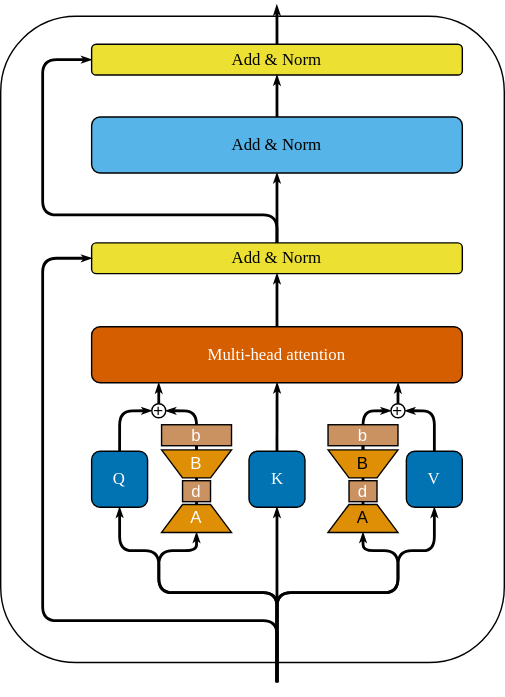
Before: assets/methods/VeRA.svg, a diagram exported from draw.io (Markel/PEFT-by-time). Source tidied: cells renumbered, new cells last; positions are measured from the earlier drawing's top-left corner, leaving out a move shared by most shapes.
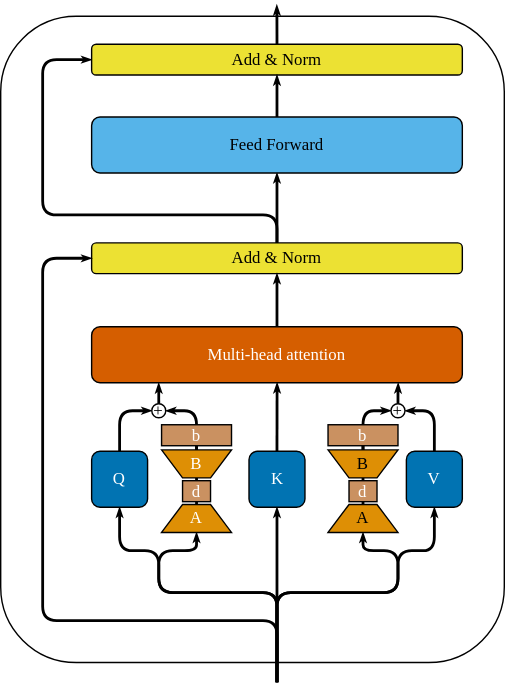
After the commit.

Diff of the diagram source:
```diff
@@ -2,13 +2,13 @@
   <root>
     <mxCell id="0" />
     <mxCell id="1" parent="0" />
-    <mxCell id="2" style="rounded=1;whiteSpace=wrap;html=1;fillColor=none;" parent="1" vertex="1">
+    <mxCell id="2" style="rounded=1;whiteSpace=wrap;html=1;fillColor=none;fontFamily=EHUSans;" parent="1" vertex="1">
       <mxGeometry y="8" width="360" height="462" as="geometry" />
     </mxCell>
-    <mxCell id="3" style="edgeStyle=orthogonalEdgeStyle;html=1;exitX=0.5;exitY=0;exitDx=0;exitDy=0;entryX=0.5;entryY=1;entryDx=0;entryDy=0;strokeWidth=2;endArrow=classicThin;endFill=1;endSize=1;rounded=1;" parent="1" edge="1" source="5" target="9">
+    <mxCell id="3" style="edgeStyle=orthogonalEdgeStyle;html=1;exitX=0.5;exitY=0;exitDx=0;exitDy=0;entryX=0.5;entryY=1;entryDx=0;entryDy=0;strokeWidth=2;endArrow=classicThin;endFill=1;endSize=1;rounded=1;fontFamily=EHUSans;" parent="1" edge="1" source="5" target="9">
       <mxGeometry relative="1" as="geometry" />
     </mxCell>
-    <mxCell id="4" style="edgeStyle=orthogonalEdgeStyle;html=1;exitX=0.5;exitY=0;exitDx=0;exitDy=0;entryX=0;entryY=0.5;entryDx=0;entryDy=0;strokeWidth=2;fontColor=#FFFFFF;endArrow=classicThin;endFill=1;endSize=1;rounded=1;" parent="1" edge="1" source="5" target="7">
+    <mxCell id="4" style="edgeStyle=orthogonalEdgeStyle;html=1;exitX=0.5;exitY=0;exitDx=0;exitDy=0;entryX=0;entryY=0.5;entryDx=0;entryDy=0;strokeWidth=2;fontColor=#FFFFFF;endArrow=classicThin;endFill=1;endSize=1;rounded=1;fontFamily=EHUSans;" parent="1" edge="1" source="5" target="7">
       <mxGeometry relative="1" as="geometry">
         <Array as="points">
           <mxPoint x="198" y="150" />
@@ -20,7 +20,7 @@
     <mxCell id="5" value="Add &amp;amp; Norm" style="rounded=1;whiteSpace=wrap;html=1;fillColor=#ece133;fontFamily=EHUSans;fontStyle=0;" parent="1" vertex="1">
       <mxGeometry x="65" y="170" width="265" height="22" as="geometry" />
     </mxCell>
-    <mxCell id="6" style="edgeStyle=orthogonalEdgeStyle;html=1;exitX=0.5;exitY=0;exitDx=0;exitDy=0;strokeWidth=2;fontColor=#FFFFFF;endArrow=classicThin;endFill=1;endSize=1;rounded=1;" parent="1" edge="1" source="7">
+    <mxCell id="6" style="edgeStyle=orthogonalEdgeStyle;html=1;exitX=0.5;exitY=0;exitDx=0;exitDy=0;strokeWidth=2;fontColor=#FFFFFF;endArrow=classicThin;endFill=1;endSize=1;rounded=1;fontFamily=EHUSans;" parent="1" edge="1" source="7">
       <mxGeometry relative="1" as="geometry">
         <mxPoint x="197.4" as="targetPoint" />
       </mxGeometry>
@@ -28,13 +28,13 @@
     <mxCell id="7" value="Add &amp;amp; Norm" style="rounded=1;whiteSpace=wrap;html=1;fillColor=#ece133;fontFamily=EHUSans;fontStyle=0;" parent="1" vertex="1">
       <mxGeometry x="65" y="28" width="265" height="22" as="geometry" />
     </mxCell>
-    <mxCell id="8" style="edgeStyle=orthogonalEdgeStyle;html=1;exitX=0.5;exitY=0;exitDx=0;exitDy=0;entryX=0.5;entryY=1;entryDx=0;entryDy=0;strokeWidth=2;endArrow=classicThin;endFill=1;endSize=1;rounded=1;" parent="1" edge="1" source="9" target="7">
+    <mxCell id="8" style="edgeStyle=orthogonalEdgeStyle;html=1;exitX=0.5;exitY=0;exitDx=0;exitDy=0;entryX=0.5;entryY=1;entryDx=0;entryDy=0;strokeWidth=2;endArrow=classicThin;endFill=1;endSize=1;rounded=1;fontFamily=EHUSans;" parent="1" edge="1" source="9" target="7">
       <mxGeometry relative="1" as="geometry" />
     </mxCell>
-    <mxCell id="9" value="Add &amp;amp; Norm" style="rounded=1;whiteSpace=wrap;html=1;fillColor=#56b4e9;fontFamily=EHUSans;fontStyle=0;" parent="1" vertex="1">
+    <mxCell id="9" value="Feed Forward" style="rounded=1;whiteSpace=wrap;html=1;fillColor=#56b4e9;fontFamily=EHUSans;fontStyle=0;" parent="1" vertex="1">
       <mxGeometry x="65" y="80" width="265" height="40" as="geometry" />
     </mxCell>
-    <mxCell id="10" style="html=1;exitX=0.5;exitY=0;exitDx=0;exitDy=0;entryX=0.5;entryY=1;entryDx=0;entryDy=0;strokeWidth=2;fontColor=#FFFFFF;endArrow=classicThin;endFill=1;edgeStyle=orthogonalEdgeStyle;endSize=1;rounded=1;" parent="1" edge="1" source="16" target="18">
+    <mxCell id="10" style="html=1;exitX=0.5;exitY=0;exitDx=0;exitDy=0;entryX=0.5;entryY=1;entryDx=0;entryDy=0;strokeWidth=2;fontColor=#FFFFFF;endArrow=classicThin;endFill=1;edgeStyle=orthogonalEdgeStyle;endSize=1;rounded=1;fontFamily=EHUSans;" parent="1" edge="1" source="16" target="18">
       <mxGeometry relative="1" as="geometry">
         <Array as="points">
           <mxPoint x="198" y="420" />
@@ -44,10 +44,10 @@
         </Array>
       </mxGeometry>
     </mxCell>
-    <mxCell id="11" style="edgeStyle=orthogonalEdgeStyle;html=1;exitX=0.5;exitY=0;exitDx=0;exitDy=0;entryX=0.5;entryY=1;entryDx=0;entryDy=0;strokeWidth=2;fontColor=#FFFFFF;endArrow=classicThin;endFill=1;endSize=1;rounded=1;" parent="1" edge="1" source="16" target="20">
+    <mxCell id="11" style="edgeStyle=orthogonalEdgeStyle;html=1;exitX=0.5;exitY=0;exitDx=0;exitDy=0;entryX=0.5;entryY=1;entryDx=0;entryDy=0;strokeWidth=2;fontColor=#FFFFFF;endArrow=classicThin;endFill=1;endSize=1;rounded=1;fontFamily=EHUSans;" parent="1" edge="1" source="16" target="20">
       <mxGeometry relative="1" as="geometry" />
     </mxCell>
-    <mxCell id="12" style="edgeStyle=orthogonalEdgeStyle;html=1;exitX=0.5;exitY=0;exitDx=0;exitDy=0;entryX=0.5;entryY=1;entryDx=0;entryDy=0;strokeWidth=2;fontColor=#FFFFFF;endArrow=classicThin;endFill=1;endSize=1;rounded=1;" parent="1" edge="1" source="16" target="22">
+    <mxCell id="12" style="edgeStyle=orthogonalEdgeStyle;html=1;exitX=0.5;exitY=0;exitDx=0;exitDy=0;entryX=0.5;entryY=1;entryDx=0;entryDy=0;strokeWidth=2;fontColor=#FFFFFF;endArrow=classicThin;endFill=1;endSize=1;rounded=1;fontFamily=EHUSans;" parent="1" edge="1" source="16" target="22">
       <mxGeometry relative="1" as="geometry">
         <Array as="points">
           <mxPoint x="198" y="420" />
@@ -57,7 +57,7 @@
         </Array>
       </mxGeometry>
     </mxCell>
-    <mxCell id="13" style="edgeStyle=orthogonalEdgeStyle;html=1;exitX=0.5;exitY=0;exitDx=0;exitDy=0;entryX=0;entryY=0.5;entryDx=0;entryDy=0;strokeWidth=2;fontColor=#FFFFFF;endArrow=classicThin;endFill=1;endSize=1;rounded=1;" parent="1" edge="1" source="16" target="5">
+    <mxCell id="13" style="edgeStyle=orthogonalEdgeStyle;html=1;exitX=0.5;exitY=0;exitDx=0;exitDy=0;entryX=0;entryY=0.5;entryDx=0;entryDy=0;strokeWidth=2;fontColor=#FFFFFF;endArrow=classicThin;endFill=1;endSize=1;rounded=1;fontFamily=EHUSans;" parent="1" edge="1" source="16" target="5">
       <mxGeometry relative="1" as="geometry">
         <Array as="points">
           <mxPoint x="198" y="440" />
@@ -66,7 +66,7 @@
         </Array>
       </mxGeometry>
     </mxCell>
-    <mxCell id="14" style="edgeStyle=orthogonalEdgeStyle;html=1;exitX=0.5;exitY=0;exitDx=0;exitDy=0;entryX=0.5;entryY=1;entryDx=0;entryDy=0;strokeWidth=2;endArrow=classicThin;endFill=1;endSize=1;jumpSize=3;rounded=1;comic=0;noJump=0;" parent="1" edge="1" source="16" target="28">
+    <mxCell id="14" style="edgeStyle=orthogonalEdgeStyle;html=1;exitX=0.5;exitY=0;exitDx=0;exitDy=0;entryX=0.5;entryY=1;entryDx=0;entryDy=0;strokeWidth=2;endArrow=classicThin;endFill=1;endSize=1;jumpSize=3;rounded=1;comic=0;noJump=0;fontFamily=EHUSans;" parent="1" edge="1" source="16" target="28">
       <mxGeometry relative="1" as="geometry">
         <Array as="points">
           <mxPoint x="198" y="420" />
@@ -76,7 +76,7 @@
         </Array>
       </mxGeometry>
     </mxCell>
-    <mxCell id="15" style="edgeStyle=orthogonalEdgeStyle;rounded=1;comic=0;jumpSize=3;html=1;exitX=0.5;exitY=0;exitDx=0;exitDy=0;entryX=0.5;entryY=1;entryDx=0;entryDy=0;strokeWidth=2;endArrow=classicThin;endFill=1;endSize=1;" parent="1" edge="1" source="16" target="32">
+    <mxCell id="15" style="edgeStyle=orthogonalEdgeStyle;rounded=1;comic=0;jumpSize=3;html=1;exitX=0.5;exitY=0;exitDx=0;exitDy=0;entryX=0.5;entryY=1;entryDx=0;entryDy=0;strokeWidth=2;endArrow=classicThin;endFill=1;endSize=1;fontFamily=EHUSans;" parent="1" edge="1" source="16" target="32">
       <mxGeometry relative="1" as="geometry">
         <Array as="points">
           <mxPoint x="198" y="420" />
@@ -86,16 +86,16 @@
         </Array>
       </mxGeometry>
     </mxCell>
-    <mxCell id="16" style="rounded=1;whiteSpace=wrap;html=1;fillColor=none;strokeColor=none;" parent="1" vertex="1">
+    <mxCell id="16" style="rounded=1;whiteSpace=wrap;html=1;fillColor=none;strokeColor=none;fontFamily=EHUSans;" parent="1" vertex="1">
       <mxGeometry x="137.5" y="484" width="120" height="10" as="geometry" />
     </mxCell>
-    <mxCell id="17" style="edgeStyle=orthogonalEdgeStyle;html=1;exitX=0.5;exitY=0;exitDx=0;exitDy=0;entryX=0;entryY=0.5;entryDx=0;entryDy=0;strokeWidth=2;fontColor=#FFFFFF;endArrow=classicThin;endFill=1;endSize=1;rounded=1;" parent="1" edge="1" source="18" target="26">
+    <mxCell id="17" style="edgeStyle=orthogonalEdgeStyle;html=1;exitX=0.5;exitY=0;exitDx=0;exitDy=0;entryX=0;entryY=0.5;entryDx=0;entryDy=0;strokeWidth=2;fontColor=#FFFFFF;endArrow=classicThin;endFill=1;endSize=1;rounded=1;fontFamily=EHUSans;" parent="1" edge="1" source="18" target="26">
       <mxGeometry relative="1" as="geometry" />
     </mxCell>
     <mxCell id="18" value="&lt;font&gt;Q&lt;/font&gt;" style="rounded=1;whiteSpace=wrap;html=1;fillColor=#0173b2;fontFamily=EHUSans;fontStyle=0;fontColor=#FFFFFF;" parent="1" vertex="1">
       <mxGeometry x="65" y="319" width="40" height="40" as="geometry" />
     </mxCell>
-    <mxCell id="19" style="edgeStyle=none;html=1;exitX=0.5;exitY=0;exitDx=0;exitDy=0;entryX=0.534;entryY=0.617;entryDx=0;entryDy=0;entryPerimeter=0;strokeWidth=2;fontColor=#FFFFFF;endArrow=classicThin;endFill=1;endSize=1;rounded=1;" parent="1" edge="1" source="20">
+    <mxCell id="19" style="edgeStyle=none;html=1;exitX=0.5;exitY=0;exitDx=0;exitDy=0;entryX=0.534;entryY=0.617;entryDx=0;entryDy=0;entryPerimeter=0;strokeWidth=2;fontColor=#FFFFFF;endArrow=classicThin;endFill=1;endSize=1;rounded=1;fontFamily=EHUSans;" parent="1" edge="1" source="20">
       <mxGeometry relative="1" as="geometry">
         <mxPoint x="197.6" y="270.1" as="targetPoint" />
       </mxGeometry>
@@ -103,64 +103,64 @@
     <mxCell id="20" value="&lt;font&gt;K&lt;/font&gt;" style="rounded=1;whiteSpace=wrap;html=1;fillColor=#0173b2;fontFamily=EHUSans;fontStyle=0;fontColor=#FFFFFF;" parent="1" vertex="1">
       <mxGeometry x="177.5" y="319" width="40" height="40" as="geometry" />
     </mxCell>
-    <mxCell id="21" style="edgeStyle=orthogonalEdgeStyle;html=1;exitX=0.5;exitY=0;exitDx=0;exitDy=0;entryX=1;entryY=0.5;entryDx=0;entryDy=0;strokeWidth=2;fontColor=#FFFFFF;endArrow=classicThin;endFill=1;endSize=1;rounded=1;" parent="1" edge="1" source="22" target="36">
+    <mxCell id="21" style="edgeStyle=orthogonalEdgeStyle;html=1;exitX=0.5;exitY=0;exitDx=0;exitDy=0;entryX=1;entryY=0.5;entryDx=0;entryDy=0;strokeWidth=2;fontColor=#FFFFFF;endArrow=classicThin;endFill=1;endSize=1;rounded=1;fontFamily=EHUSans;" parent="1" edge="1" source="22" target="36">
       <mxGeometry relative="1" as="geometry" />
     </mxCell>
     <mxCell id="22" value="&lt;font&gt;V&lt;/font&gt;" style="rounded=1;whiteSpace=wrap;html=1;fillColor=#0173b2;fontFamily=EHUSans;fontStyle=0;fontColor=#FFFFFF;" parent="1" vertex="1">
       <mxGeometry x="290" y="319" width="40" height="40" as="geometry" />
     </mxCell>
-    <mxCell id="23" style="edgeStyle=orthogonalEdgeStyle;html=1;exitX=0.5;exitY=0;exitDx=0;exitDy=0;entryX=0.5;entryY=1;entryDx=0;entryDy=0;strokeWidth=2;fontColor=#FFFFFF;endArrow=classicThin;endFill=1;endSize=1;rounded=1;" parent="1" edge="1" source="24" target="5">
+    <mxCell id="23" style="edgeStyle=orthogonalEdgeStyle;html=1;exitX=0.5;exitY=0;exitDx=0;exitDy=0;entryX=0.5;entryY=1;entryDx=0;entryDy=0;strokeWidth=2;fontColor=#FFFFFF;endArrow=classicThin;endFill=1;endSize=1;rounded=1;fontFamily=EHUSans;" parent="1" edge="1" source="24" target="5">
       <mxGeometry relative="1" as="geometry" />
     </mxCell>
     <mxCell id="24" value="Multi-head attention" style="rounded=1;whiteSpace=wrap;html=1;fillColor=#d55e00;fontFamily=EHUSans;fontStyle=0;fontColor=#FFFFFF;" parent="1" vertex="1">
       <mxGeometry x="65" y="230" width="265" height="40" as="geometry" />
     </mxCell>
-    <mxCell id="25" style="edgeStyle=orthogonalEdgeStyle;rounded=1;comic=0;jumpSize=3;html=1;exitX=0.5;exitY=0;exitDx=0;exitDy=0;entryX=0.181;entryY=1.006;entryDx=0;entryDy=0;entryPerimeter=0;strokeWidth=2;endArrow=classicThin;endFill=1;endSize=1;" parent="1" edge="1" source="26" target="24">
+    <mxCell id="25" style="edgeStyle=orthogonalEdgeStyle;rounded=1;comic=0;jumpSize=3;html=1;exitX=0.5;exitY=0;exitDx=0;exitDy=0;entryX=0.181;entryY=1.006;entryDx=0;entryDy=0;entryPerimeter=0;strokeWidth=2;endArrow=classicThin;endFill=1;endSize=1;fontFamily=EHUSans;" parent="1" edge="1" source="26" target="24">
       <mxGeometry relative="1" as="geometry" />
     </mxCell>
-    <mxCell id="26" value="+" style="ellipse;whiteSpace=wrap;html=1;" parent="1" vertex="1">
+    <mxCell id="26" value="+" style="ellipse;whiteSpace=wrap;html=1;fontFamily=EHUSans;" parent="1" vertex="1">
       <mxGeometry x="108" y="285" width="10" height="10" as="geometry" />
     </mxCell>
-    <mxCell id="27" style="edgeStyle=none;html=1;exitX=0.5;exitY=0;exitDx=0;exitDy=0;entryX=0.5;entryY=0;entryDx=0;entryDy=0;endArrow=none;endFill=0;strokeWidth=2;" parent="1" edge="1" source="28" target="38">
+    <mxCell id="27" style="edgeStyle=none;html=1;exitX=0.5;exitY=0;exitDx=0;exitDy=0;entryX=0.5;entryY=0;entryDx=0;entryDy=0;endArrow=none;endFill=0;strokeWidth=2;fontFamily=EHUSans;" parent="1" edge="1" source="28" target="38">
       <mxGeometry relative="1" as="geometry" />
     </mxCell>
-    <mxCell id="28" value="A" style="shape=trapezoid;perimeter=trapezoidPerimeter;whiteSpace=wrap;html=1;fixedSize=1;size=15;fillColor=#de8f05;fontColor=#FFFFFF;" parent="1" vertex="1">
+    <mxCell id="28" value="A" style="shape=trapezoid;perimeter=trapezoidPerimeter;whiteSpace=wrap;html=1;fixedSize=1;size=15;fillColor=#de8f05;fontColor=#FFFFFF;fontFamily=EHUSans;" parent="1" vertex="1">
       <mxGeometry x="115" y="357" width="50" height="20" as="geometry" />
     </mxCell>
-    <mxCell id="29" style="edgeStyle=orthogonalEdgeStyle;rounded=1;jumpSize=3;html=1;exitX=0.5;exitY=0;exitDx=0;exitDy=0;entryX=1;entryY=0.5;entryDx=0;entryDy=0;strokeWidth=2;endArrow=classicThin;endFill=1;endSize=1;" parent="1" edge="1" source="30" target="26">
+    <mxCell id="29" style="edgeStyle=orthogonalEdgeStyle;rounded=1;jumpSize=3;html=1;exitX=0.5;exitY=0;exitDx=0;exitDy=0;entryX=1;entryY=0.5;entryDx=0;entryDy=0;strokeWidth=2;endArrow=classicThin;endFill=1;endSize=1;fontFamily=EHUSans;" parent="1" edge="1" source="30" target="26">
       <mxGeometry relative="1" as="geometry" />
     </mxCell>
-    <mxCell id="30" value="B" style="shape=trapezoid;perimeter=trapezoidPerimeter;whiteSpace=wrap;html=1;fixedSize=1;size=15;rotation=0;fillColor=#de8f05;horizontal=1;flipV=1;fontColor=#FFFFFF;" parent="1" vertex="1">
+    <mxCell id="30" value="B" style="shape=trapezoid;perimeter=trapezoidPerimeter;whiteSpace=wrap;html=1;fixedSize=1;size=15;rotation=0;fillColor=#de8f05;horizontal=1;flipV=1;fontColor=#FFFFFF;fontFamily=EHUSans;" parent="1" vertex="1">
       <mxGeometry x="115" y="318" width="50" height="20" as="geometry" />
     </mxCell>
-    <mxCell id="31" style="edgeStyle=none;html=1;exitX=0.5;exitY=0;exitDx=0;exitDy=0;strokeWidth=2;fontColor=#FFFFFF;endArrow=none;endFill=0;" parent="1" edge="1" source="32" target="40">
+    <mxCell id="31" style="edgeStyle=none;html=1;exitX=0.5;exitY=0;exitDx=0;exitDy=0;strokeWidth=2;fontColor=#FFFFFF;endArrow=none;endFill=0;fontFamily=EHUSans;" parent="1" edge="1" source="32" target="40">
       <mxGeometry relative="1" as="geometry" />
     </mxCell>
-    <mxCell id="32" value="A" style="shape=trapezoid;perimeter=trapezoidPerimeter;whiteSpace=wrap;html=1;fixedSize=1;size=15;fillColor=#de8f05;" parent="1" vertex="1">
+    <mxCell id="32" value="A" style="shape=trapezoid;perimeter=trapezoidPerimeter;whiteSpace=wrap;html=1;fixedSize=1;size=15;fillColor=#de8f05;fontFamily=EHUSans;" parent="1" vertex="1">
       <mxGeometry x="234" y="357" width="50" height="20" as="geometry" />
     </mxCell>
-    <mxCell id="33" style="edgeStyle=orthogonalEdgeStyle;rounded=1;comic=0;jumpSize=3;html=1;exitX=0.5;exitY=0;exitDx=0;exitDy=0;entryX=0;entryY=0.5;entryDx=0;entryDy=0;strokeWidth=2;endArrow=classicThin;endFill=1;endSize=1;" parent="1" edge="1" source="34" target="36">
+    <mxCell id="33" style="edgeStyle=orthogonalEdgeStyle;rounded=1;comic=0;jumpSize=3;html=1;exitX=0.5;exitY=0;exitDx=0;exitDy=0;entryX=0;entryY=0.5;entryDx=0;entryDy=0;strokeWidth=2;endArrow=classicThin;endFill=1;endSize=1;fontFamily=EHUSans;" parent="1" edge="1" source="34" target="36">
       <mxGeometry relative="1" as="geometry" />
     </mxCell>
-    <mxCell id="34" value="B" style="shape=trapezoid;perimeter=trapezoidPerimeter;whiteSpace=wrap;html=1;fixedSize=1;size=15;rotation=0;fillColor=#de8f05;horizontal=1;flipV=1;" parent="1" vertex="1">
+    <mxCell id="34" value="B" style="shape=trapezoid;perimeter=trapezoidPerimeter;whiteSpace=wrap;html=1;fixedSize=1;size=15;rotation=0;fillColor=#de8f05;horizontal=1;flipV=1;fontFamily=EHUSans;" parent="1" vertex="1">
       <mxGeometry x="234" y="318" width="50" height="20" as="geometry" />
     </mxCell>
-    <mxCell id="35" style="edgeStyle=orthogonalEdgeStyle;rounded=1;comic=0;jumpSize=3;html=1;entryX=0.827;entryY=1.003;entryDx=0;entryDy=0;entryPerimeter=0;strokeWidth=2;endArrow=classicThin;endFill=1;endSize=1;" parent="1" edge="1" source="36" target="24">
+    <mxCell id="35" style="edgeStyle=orthogonalEdgeStyle;rounded=1;comic=0;jumpSize=3;html=1;entryX=0.827;entryY=1.003;entryDx=0;entryDy=0;entryPerimeter=0;strokeWidth=2;endArrow=classicThin;endFill=1;endSize=1;fontFamily=EHUSans;" parent="1" edge="1" source="36" target="24">
       <mxGeometry relative="1" as="geometry" />
     </mxCell>
-    <mxCell id="36" value="+" style="ellipse;whiteSpace=wrap;html=1;" parent="1" vertex="1">
+    <mxCell id="36" value="+" style="ellipse;whiteSpace=wrap;html=1;fontFamily=EHUSans;" parent="1" vertex="1">
       <mxGeometry x="279" y="285" width="10" height="10" as="geometry" />
     </mxCell>
-    <mxCell id="37" value="d" style="rounded=0;whiteSpace=wrap;html=1;fillColor=#ca9161;fontColor=#FFFFFF;" parent="1" vertex="1">
+    <mxCell id="37" value="d" style="rounded=0;whiteSpace=wrap;html=1;fillColor=#ca9161;fontColor=#FFFFFF;fontFamily=EHUSans;" parent="1" vertex="1">
       <mxGeometry x="130" y="340" width="20" height="15" as="geometry" />
     </mxCell>
-    <mxCell id="38" value="b" style="rounded=0;whiteSpace=wrap;html=1;fillColor=#ca9161;fontColor=#FFFFFF;" parent="1" vertex="1">
+    <mxCell id="38" value="b" style="rounded=0;whiteSpace=wrap;html=1;fillColor=#ca9161;fontColor=#FFFFFF;fontFamily=EHUSans;" parent="1" vertex="1">
       <mxGeometry x="115" y="300" width="50" height="15" as="geometry" />
     </mxCell>
-    <mxCell id="39" value="d" style="rounded=0;whiteSpace=wrap;html=1;fillColor=#ca9161;fontColor=#FFFFFF;" parent="1" vertex="1">
+    <mxCell id="39" value="d" style="rounded=0;whiteSpace=wrap;html=1;fillColor=#ca9161;fontColor=#FFFFFF;fontFamily=EHUSans;" parent="1" vertex="1">
       <mxGeometry x="249" y="340" width="20" height="15" as="geometry" />
     </mxCell>
-    <mxCell id="40" value="b" style="rounded=0;whiteSpace=wrap;html=1;fillColor=#ca9161;fontColor=#FFFFFF;" parent="1" vertex="1">
+    <mxCell id="40" value="b" style="rounded=0;whiteSpace=wrap;html=1;fillColor=#ca9161;fontColor=#FFFFFF;fontFamily=EHUSans;" parent="1" vertex="1">
       <mxGeometry x="234" y="300" width="50" height="15" as="geometry" />
     </mxCell>
   </root>
```
